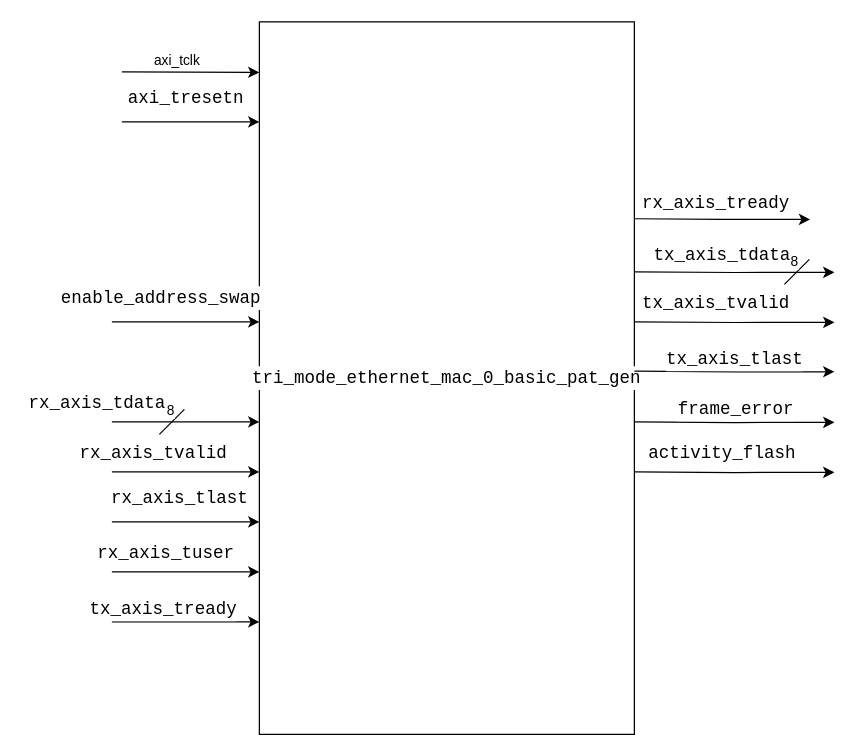
Before: page "Page-3" (3 of 9) of docx/packet_gen.drawio in MuhammadBoota09299/tri_mode_ethernet_mac_0_axi_pat_gen, a draw.io diagram. Source tidied: cells renumbered, new cells numbered last; positions are measured from the earlier drawing's top-left corner, leaving out a move shared by most shapes. Both pictures are drawn from the tidied source at 125%, with x=0, y=0 at pixel (21, 21).
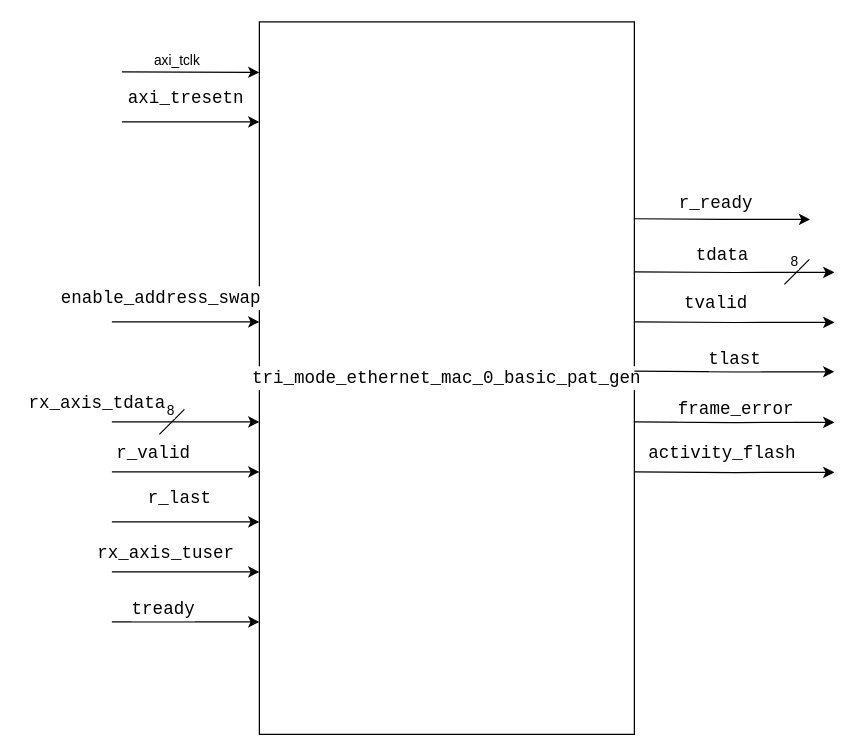
The same diagram, later.

The change refers to these unchanged cells:
```xml
<mxCell id="19" style="endArrow=classic;html=1;rounded=0;entryX=-0.007;entryY=0.599;entryDx=0;entryDy=0;entryPerimeter=0;" parent="1" edge="1">
  <mxGeometry relative="1" as="geometry">
    <mxPoint x="72" y="400" as="sourcePoint" />
    <mxPoint x="190" y="400" as="targetPoint" />
  </mxGeometry>
</mxCell>
<mxCell id="21" style="endArrow=classic;html=1;rounded=0;entryX=-0.007;entryY=0.599;entryDx=0;entryDy=0;entryPerimeter=0;" parent="1" edge="1">
  <mxGeometry relative="1" as="geometry">
    <mxPoint x="72" y="480" as="sourcePoint" />
    <mxPoint x="190" y="480" as="targetPoint" />
  </mxGeometry>
</mxCell>
```

Diff of the diagram source:
```diff
@@
-    <mxCell id="17" value="&lt;div style=&quot;background-color: rgb(255, 255, 255); font-family: Consolas, &amp;quot;Courier New&amp;quot;, monospace; font-size: 14px; line-height: 19px; white-space-collapse: preserve;&quot;&gt;rx_axis_tvalid&lt;/div&gt;" style="text;html=1;align=center;verticalAlign=middle;strokeColor=none;fillColor=none;" parent="1" vertex="1">
+    <mxCell id="17" value="&lt;div style=&quot;background-color: rgb(255, 255, 255); font-family: Consolas, &amp;quot;Courier New&amp;quot;, monospace; font-size: 14px; line-height: 19px; white-space-collapse: preserve;&quot;&gt;r_valid&lt;/div&gt;" style="text;html=1;align=center;verticalAlign=middle;strokeColor=none;fillColor=none;" parent="1" vertex="1">
       <mxGeometry x="40" y="330" width="130" height="30" as="geometry" />
     </mxCell>
@@
-    <mxCell id="20" value="&lt;div style=&quot;font-family: Consolas, &amp;quot;Courier New&amp;quot;, monospace; font-size: 14px; line-height: 19px; white-space-collapse: preserve;&quot;&gt;rx_axis_tlast&lt;/div&gt;" style="edgeLabel;html=1;align=center;verticalAlign=middle;" parent="19" vertex="1">
+    <mxCell id="20" value="&lt;div style=&quot;font-family: Consolas, &amp;quot;Courier New&amp;quot;, monospace; font-size: 14px; line-height: 19px; white-space-collapse: preserve;&quot;&gt;r_last&lt;/div&gt;" style="edgeLabel;html=1;align=center;verticalAlign=middle;" parent="19" vertex="1">
       <mxGeometry x="-0.09" y="2" relative="1" as="geometry">
         <mxPoint x="-1" y="-18" as="offset" />
       </mxGeometry>
     </mxCell>
@@
-    <mxCell id="22" value="&lt;div style=&quot;font-family: Consolas, &amp;quot;Courier New&amp;quot;, monospace; font-size: 14px; line-height: 19px; white-space-collapse: preserve;&quot;&gt;tx_axis_tready&lt;/div&gt;" style="edgeLabel;html=1;align=center;verticalAlign=middle;" parent="21" vertex="1">
+    <mxCell id="22" value="&lt;div style=&quot;font-family: Consolas, &amp;quot;Courier New&amp;quot;, monospace; font-size: 14px; line-height: 19px; white-space-collapse: preserve;&quot;&gt;tready&lt;/div&gt;" style="edgeLabel;html=1;align=center;verticalAlign=middle;" parent="21" vertex="1">
       <mxGeometry x="-0.32" y="5" relative="1" as="geometry">
         <mxPoint y="-6" as="offset" />
       </mxGeometry>
     </mxCell>
@@
-    <mxCell id="24" value="&lt;div style=&quot;background-color: rgb(255, 255, 255); font-family: Consolas, &amp;quot;Courier New&amp;quot;, monospace; font-size: 14px; line-height: 19px; white-space-collapse: preserve;&quot;&gt;rx_axis_tready&lt;/div&gt;" style="text;html=1;align=center;verticalAlign=middle;strokeColor=none;fillColor=none;" parent="1" vertex="1">
+    <mxCell id="24" value="&lt;div style=&quot;background-color: rgb(255, 255, 255); font-family: Consolas, &amp;quot;Courier New&amp;quot;, monospace; font-size: 14px; line-height: 19px; white-space-collapse: preserve;&quot;&gt;r_ready&lt;/div&gt;" style="text;html=1;align=center;verticalAlign=middle;strokeColor=none;fillColor=none;" parent="1" vertex="1">
       <mxGeometry x="490" y="130" width="130" height="30" as="geometry" />
     </mxCell>
@@
-    <mxCell id="30" value="&lt;span style=&quot;background-color: rgb(255, 255, 255); font-family: Consolas, &amp;quot;Courier New&amp;quot;, monospace; font-size: 14px; white-space-collapse: preserve; color: light-dark(rgb(0, 0, 0), rgb(255, 255, 255));&quot;&gt;tx_axis_tdata&lt;/span&gt;" style="text;html=1;align=center;verticalAlign=middle;strokeColor=none;fillColor=none;" parent="1" vertex="1">
+    <mxCell id="30" value="&lt;span style=&quot;background-color: rgb(255, 255, 255); font-family: Consolas, &amp;quot;Courier New&amp;quot;, monospace; font-size: 14px; white-space-collapse: preserve; color: light-dark(rgb(0, 0, 0), rgb(255, 255, 255));&quot;&gt;tdata&lt;/span&gt;" style="text;html=1;align=center;verticalAlign=middle;strokeColor=none;fillColor=none;" parent="1" vertex="1">
       <mxGeometry x="500" y="172" width="120" height="30" as="geometry" />
     </mxCell>
@@
-    <mxCell id="33" value="&lt;div style=&quot;background-color: rgb(255, 255, 255); font-family: Consolas, &amp;quot;Courier New&amp;quot;, monospace; font-size: 14px; line-height: 19px; white-space-collapse: preserve;&quot;&gt;tx_axis_tvalid&lt;/div&gt;" style="text;html=1;align=center;verticalAlign=middle;strokeColor=none;fillColor=none;" parent="1" vertex="1">
+    <mxCell id="33" value="&lt;div style=&quot;background-color: rgb(255, 255, 255); font-family: Consolas, &amp;quot;Courier New&amp;quot;, monospace; font-size: 14px; line-height: 19px; white-space-collapse: preserve;&quot;&gt;tvalid&lt;/div&gt;" style="text;html=1;align=center;verticalAlign=middle;strokeColor=none;fillColor=none;" parent="1" vertex="1">
       <mxGeometry x="490" y="210" width="130" height="30" as="geometry" />
     </mxCell>
-    <mxCell id="34" value="&lt;div style=&quot;background-color: rgb(255, 255, 255); font-family: Consolas, &amp;quot;Courier New&amp;quot;, monospace; font-size: 14px; line-height: 19px; white-space-collapse: preserve;&quot;&gt;tx_axis_tlast&lt;/div&gt;" style="text;html=1;align=center;verticalAlign=middle;strokeColor=none;fillColor=none;" parent="1" vertex="1">
+    <mxCell id="34" value="&lt;div style=&quot;background-color: rgb(255, 255, 255); font-family: Consolas, &amp;quot;Courier New&amp;quot;, monospace; font-size: 14px; line-height: 19px; white-space-collapse: preserve;&quot;&gt;tlast&lt;/div&gt;" style="text;html=1;align=center;verticalAlign=middle;strokeColor=none;fillColor=none;" parent="1" vertex="1">
       <mxGeometry x="510" y="255" width="120" height="30" as="geometry" />
     </mxCell>
```
